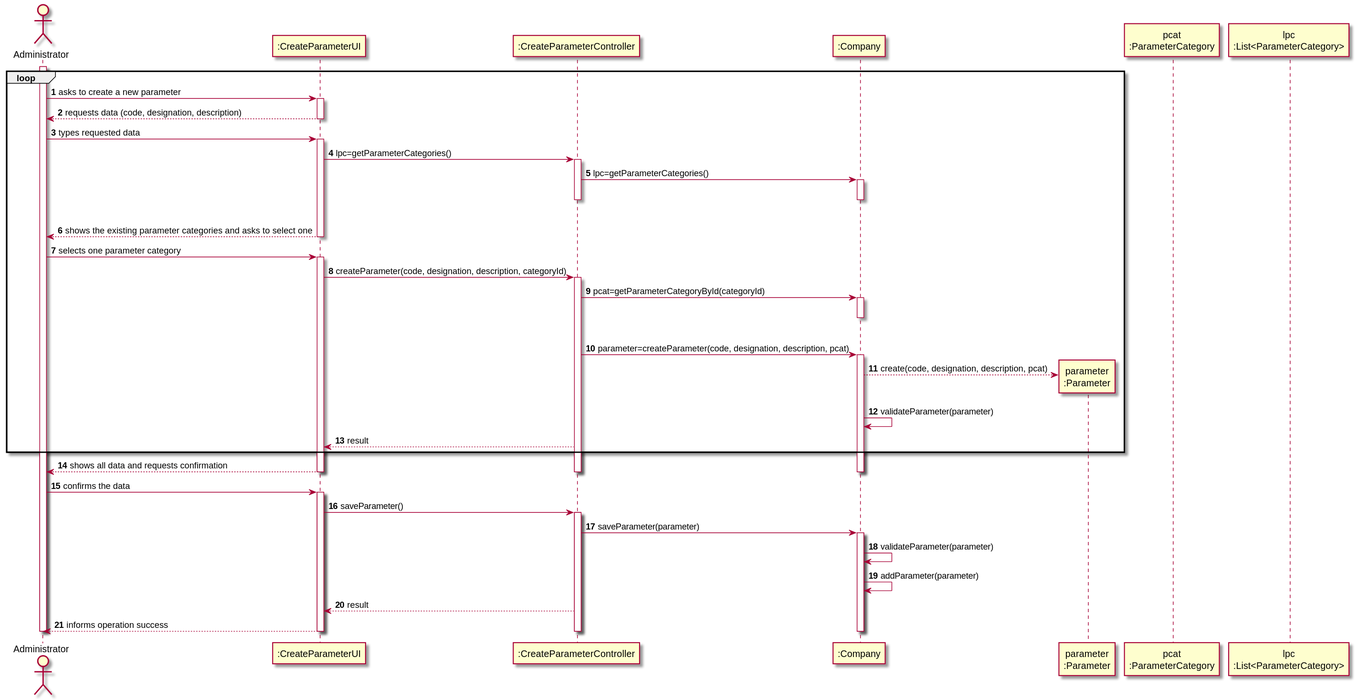
Before: docs/SprintB/US10/US10-SD.svg, a diagram exported from PlantUML (0franciscor/lei-21-s2-1de-g19).
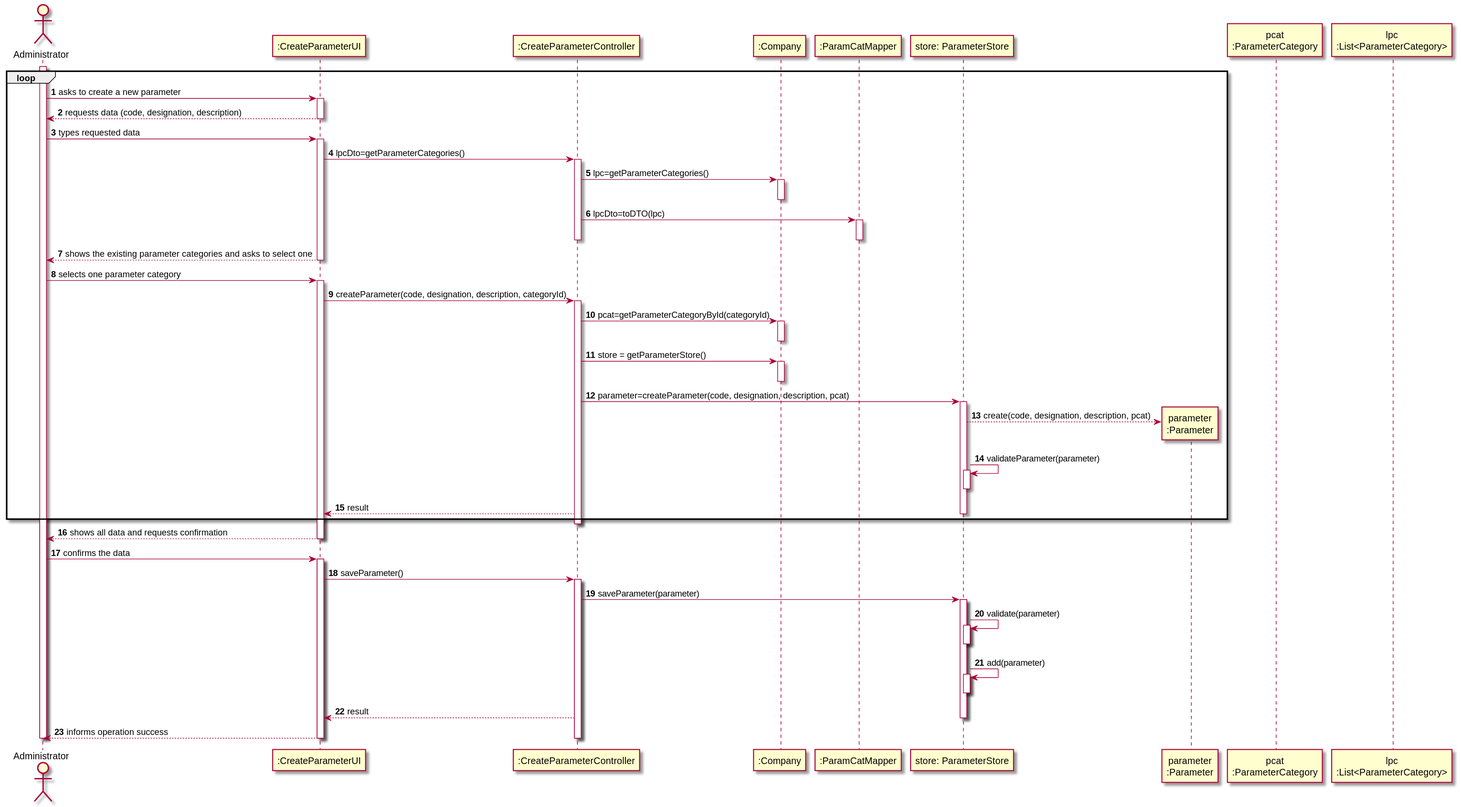
Above is the later version.

Commit message:
adição do DTO no SD US10

What changed in the source:
```diff
@@ -6,6 +6,8 @@
 participant ":CreateParameterUI" as CPUI
 participant ":CreateParameterController" as CPC
 participant ":Company" as COMP
+participant ":ParamCatMapper" as PCM
+participant "store: ParameterStore" as PS
 participant "parameter\n:Parameter" as PARAM
 participant "pcat\n:ParameterCategory" as CAT
 participant "lpc\n:List<ParameterCategory>" as LIST_CAT
@@ -20,13 +22,17 @@
 ADM -> CPUI : types requested data
 activate CPUI
 
-CPUI -> CPC : lpc=getParameterCategories()
+CPUI -> CPC : lpcDto=getParameterCategories()
 activate CPC
 
 CPC -> COMP : lpc=getParameterCategories()
 activate COMP
-|||
 deactivate COMP
+
+CPC -> PCM : lpcDto=toDTO(lpc)
+activate PCM
+deactivate PCM
+
 deactivate CPC
 
 CPUI --> ADM : shows the existing parameter categories and asks to select one
@@ -41,21 +47,27 @@
 
 CPC -> COMP : pcat=getParameterCategoryById(categoryId)
 activate COMP
-|||
 deactivate COMP
 
-CPC -> COMP: parameter=createParameter(code, designation, description, pcat)
+CPC -> COMP: store = getParameterStore()
 activate COMP
+deactivate COMP
 
-COMP --> PARAM**: create(code, designation, description, pcat)
-COMP -> COMP: validateParameter(parameter)
+CPC -> PS: parameter=createParameter(code, designation, description, pcat)
+activate PS
+
+PS --> PARAM**: create(code, designation, description, pcat)
+PS -> PS: validateParameter(parameter)
+activate PS
+deactivate PS
 
 CPC --> CPUI: result
+deactivate PS
+end
+deactivate CPC
+CPUI --> ADM: shows all data and requests confirmation
 
-end
-CPUI --> ADM: shows all data and requests confirmation
-deactivate COMP
-deactivate CPC
+
 deactivate CPUI
 
 ADM -> CPUI : confirms the data
@@ -63,16 +75,21 @@
 CPUI -> CPC : saveParameter()
 activate CPC
 
-CPC -> COMP : saveParameter(parameter)
-activate COMP
+CPC -> PS : saveParameter(parameter)
+activate PS
 
-COMP -> COMP: validateParameter(parameter)
-COMP -> COMP: addParameter(parameter)
+PS -> PS: validate(parameter)
+activate PS
+deactivate PS
+PS -> PS: add(parameter)
+activate PS
+deactivate PS
+
 
 CPC --> CPUI: result
+deactivate PS
+CPUI --> ADM : informs operation success
 
-CPUI --> ADM : informs operation success
-deactivate COMP
 deactivate CPC
 deactivate CPUI
 
```
